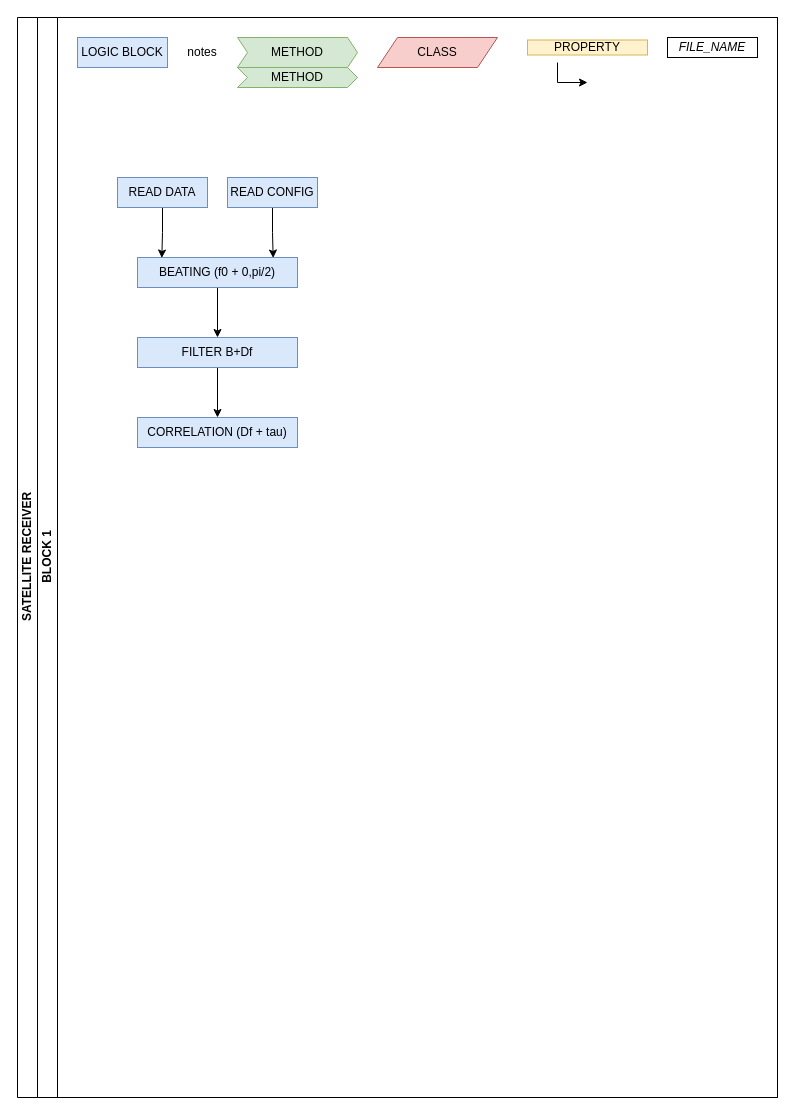
DavideTomasella/Satellite-lab keeps this draw.io diagram as RECEIVER_blocks.drawio. Above is the earlier version. Source tidied: cells renumbered, new cells numbered last; positions are measured from the earlier drawing's top-left corner, leaving out a move shared by most shapes. Both pictures are drawn from the tidied source at 100%, with x=0, y=0 at pixel (17, 17).
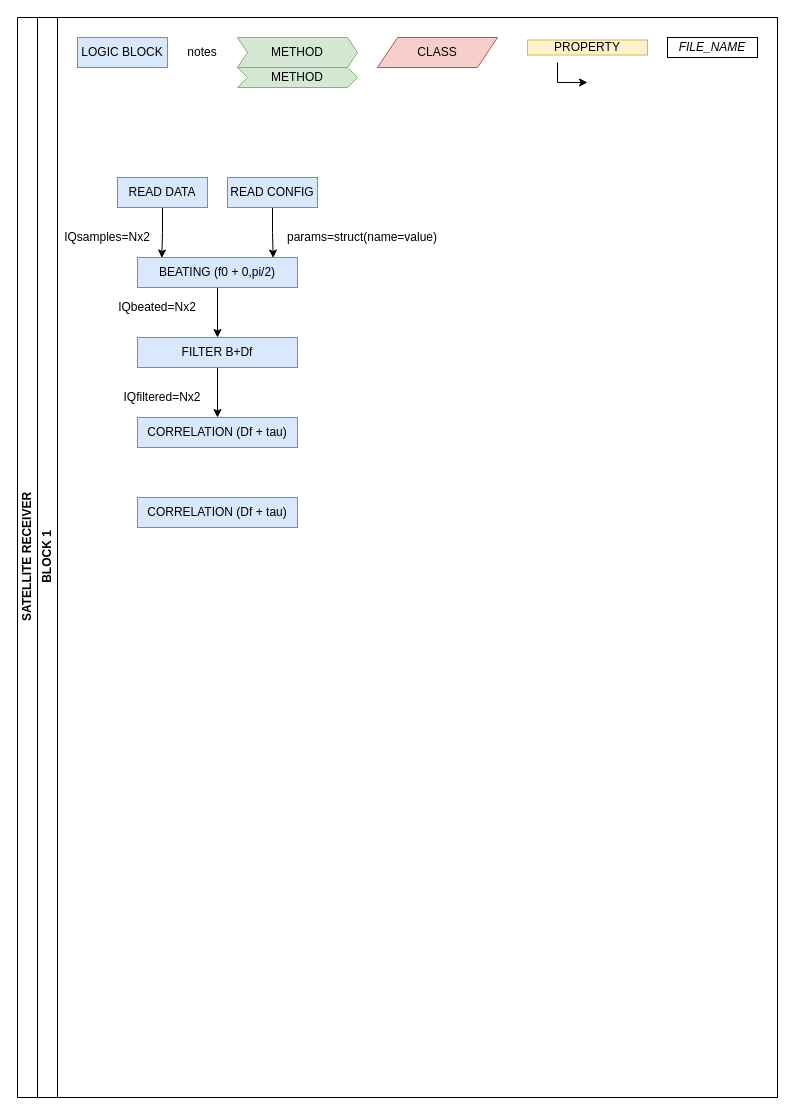
The same diagram, later.

The change refers to these unchanged cells:
```xml
<mxCell id="3" value="BLOCK 1" style="swimlane;html=1;startSize=20;horizontal=0;" parent="2" vertex="1">
  <mxGeometry x="20" width="740" height="1080" as="geometry" />
</mxCell>
```

Diff of the diagram source:
```diff
@@
+    <mxCell id="21" value="params=struct(name=value)" style="text;html=1;strokeColor=none;fillColor=none;align=center;verticalAlign=middle;whiteSpace=wrap;rounded=0;" parent="3" vertex="1">
+      <mxGeometry x="250" y="210" width="150" height="20" as="geometry" />
+    </mxCell>
+    <mxCell id="22" value="IQsamples=Nx2" style="text;html=1;strokeColor=none;fillColor=none;align=center;verticalAlign=middle;whiteSpace=wrap;rounded=0;" parent="3" vertex="1">
+      <mxGeometry x="30" y="210" width="80" height="20" as="geometry" />
+    </mxCell>
+    <mxCell id="23" value="IQbeated=Nx2" style="text;html=1;strokeColor=none;fillColor=none;align=center;verticalAlign=middle;whiteSpace=wrap;rounded=0;" parent="3" vertex="1">
+      <mxGeometry x="80" y="280" width="80" height="20" as="geometry" />
+    </mxCell>
+    <mxCell id="24" value="IQfiltered=Nx2" style="text;html=1;strokeColor=none;fillColor=none;align=center;verticalAlign=middle;whiteSpace=wrap;rounded=0;" parent="3" vertex="1">
+      <mxGeometry x="85" y="370" width="80" height="20" as="geometry" />
+    </mxCell>
+    <mxCell id="25" value="CORRELATION (Df + tau)" style="rounded=0;whiteSpace=wrap;html=1;fontFamily=Helvetica;fontSize=12;align=center;fillColor=#dae8fc;strokeColor=#6c8ebf;" parent="3" vertex="1">
+      <mxGeometry x="100" y="480" width="160" height="30" as="geometry" />
+    </mxCell>
```
